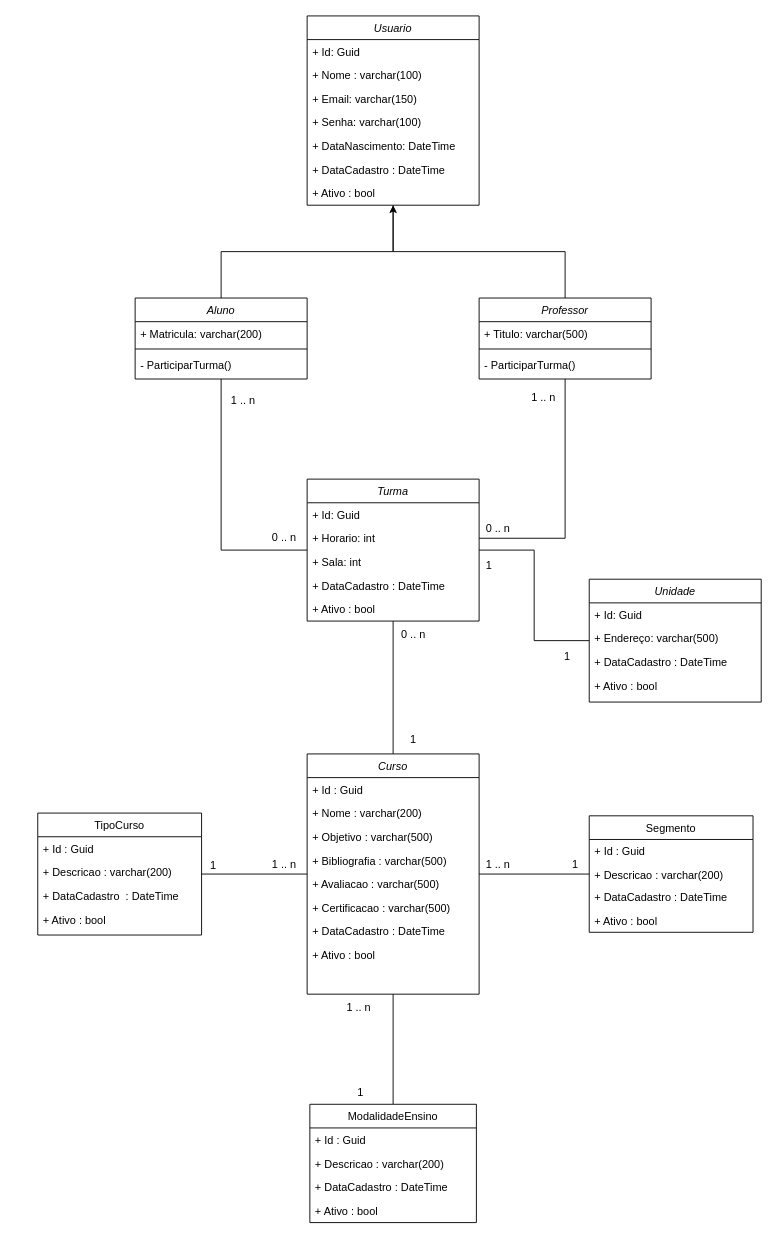
The draw.io diagram DiagramaClasse.drawio in rafaelaport/CatalogoCurso_ProjetoBloco, before the edit. Source tidied: cells renumbered, new cells numbered last; positions are measured from the earlier drawing's top-left corner, leaving out a move shared by most shapes. Both pictures are drawn from the tidied source at 91%, with x=0, y=0 at pixel (37, 15).
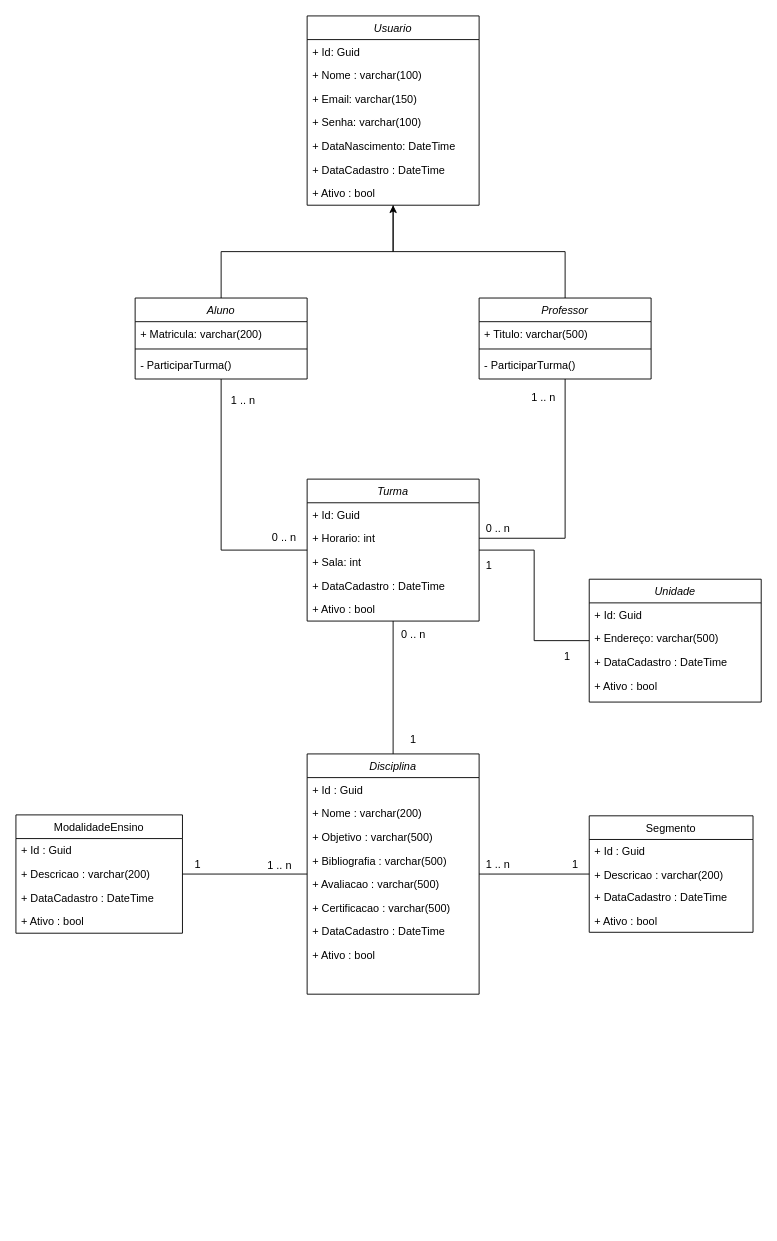
After the change.

The edit, as a diff of the source:
```diff
@@
-    <mxCell id="4" value="Curso" style="swimlane;fontStyle=2;align=center;verticalAlign=top;horizontal=1;startSize=26;rounded=0;shadow=0;strokeWidth=1;" parent="1" vertex="1">
+    <mxCell id="4" value="Disciplina" style="swimlane;fontStyle=2;align=center;verticalAlign=top;horizontal=1;startSize=26;rounded=0;shadow=0;strokeWidth=1;" parent="1" vertex="1">
       <mxGeometry x="296" y="811" width="189" height="264" as="geometry" />
     </mxCell>
@@
-    <mxCell id="18" style="edgeStyle=orthogonalEdgeStyle;rounded=0;jettySize=auto;html=1;endArrow=none;endFill=0;" parent="1" edge="1" source="19" target="4">
-      <mxGeometry relative="1" as="geometry" />
-    </mxCell>
-    <mxCell id="19" value="TipoCurso" style="swimlane;fontStyle=0;align=center;verticalAlign=top;horizontal=1;startSize=26;rounded=0;shadow=0;strokeWidth=1;" parent="1" vertex="1">
-      <mxGeometry y="876" width="180" height="134" as="geometry" />
-    </mxCell>
-    <mxCell id="20" value="+ Id : Guid" style="text;align=left;verticalAlign=top;spacingLeft=4;spacingRight=4;overflow=hidden;" parent="19" vertex="1">
-      <mxGeometry y="26" width="180" height="26" as="geometry" />
-    </mxCell>
-    <mxCell id="21" value="+ Descricao : varchar(200)" style="text;align=left;verticalAlign=top;spacingLeft=4;spacingRight=4;overflow=hidden;" parent="19" vertex="1">
-      <mxGeometry y="52" width="180" height="26" as="geometry" />
-    </mxCell>
-    <mxCell id="22" value="+ DataCadastro  : DateTime" style="text;align=left;verticalAlign=top;spacingLeft=4;spacingRight=4;overflow=hidden;rounded=0;shadow=0;html=0;" parent="19" vertex="1">
-      <mxGeometry y="78" width="180" height="26" as="geometry" />
-    </mxCell>
-    <mxCell id="23" value="+ Ativo : bool" style="text;align=left;verticalAlign=top;spacingLeft=4;spacingRight=4;overflow=hidden;" parent="19" vertex="1">
-      <mxGeometry y="104" width="180" height="26" as="geometry" />
-    </mxCell>
-    <mxCell id="24" value="1" style="text;html=1;strokeColor=none;fillColor=none;align=center;verticalAlign=middle;whiteSpace=wrap;rounded=0;" parent="1" vertex="1">
-      <mxGeometry x="163" y="919" width="60" height="30" as="geometry" />
-    </mxCell>
-    <mxCell id="25" value="1 .. n" style="text;html=1;strokeColor=none;fillColor=none;align=center;verticalAlign=middle;whiteSpace=wrap;rounded=0;" parent="1" vertex="1">
-      <mxGeometry x="241" y="918" width="60" height="30" as="geometry" />
-    </mxCell>
@@
     <mxCell id="28" value="ModalidadeEnsino" style="swimlane;fontStyle=0;align=center;verticalAlign=top;horizontal=1;startSize=26;rounded=0;shadow=0;strokeWidth=1;" parent="1" vertex="1">
-      <mxGeometry x="299" y="1196" width="183" height="130" as="geometry" />
+      <mxGeometry x="-24" y="878" width="183" height="130" as="geometry" />
     </mxCell>
@@
     <mxCell id="33" value="1 .. n" style="text;html=1;strokeColor=none;fillColor=none;align=center;verticalAlign=middle;whiteSpace=wrap;rounded=0;rotation=0;" parent="1" vertex="1">
-      <mxGeometry x="323" y="1075" width="60" height="30" as="geometry" />
+      <mxGeometry x="236" y="919" width="60" height="30" as="geometry" />
     </mxCell>
     <mxCell id="34" value="1" style="text;html=1;strokeColor=none;fillColor=none;align=center;verticalAlign=middle;whiteSpace=wrap;rounded=0;" parent="1" vertex="1">
-      <mxGeometry x="325" y="1168" width="60" height="30" as="geometry" />
+      <mxGeometry x="146" y="918" width="60" height="30" as="geometry" />
     </mxCell>
```
